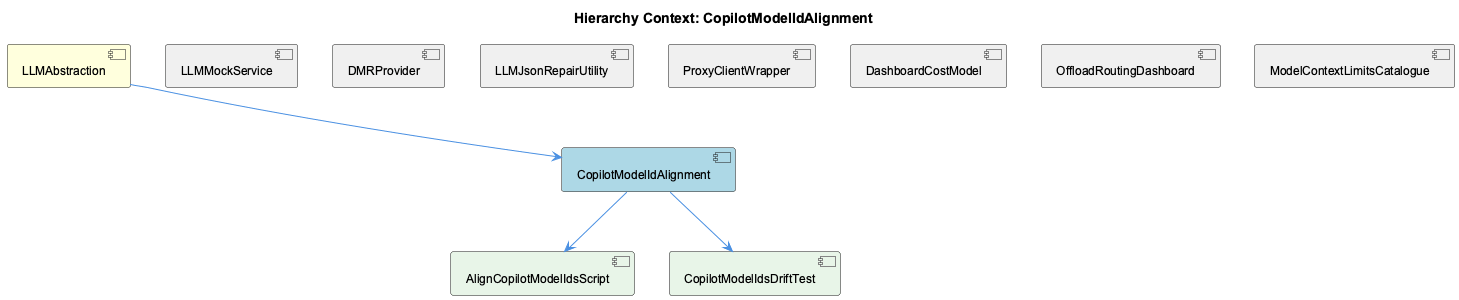
Earlier version of the PlantUML export knowledge-management/insights/images/copilot-model-id-alignment-relationship.png (fwornle/coding). Source of this version:
```plantuml
@startuml
!include _standard-style.puml

title Hierarchy Context: CopilotModelIdAlignment

[LLMAbstraction] as llmabstraction #FFFFDD
[CopilotModelIdAlignment] as copilot_model_id_alignment #LightBlue
[LLMMockService] as llmmock_service #F0F0F0
[DMRProvider] as dmrprovider #F0F0F0
[LLMJsonRepairUtility] as llmjson_repair_utility #F0F0F0
[ProxyClientWrapper] as proxy_client_wrapper #F0F0F0
[DashboardCostModel] as dashboard_cost_model #F0F0F0
[OffloadRoutingDashboard] as offload_routing_dashboard #F0F0F0
[ModelContextLimitsCatalogue] as model_context_limits_catalogue #F0F0F0
[AlignCopilotModelIdsScript] as align_copilot_model_ids_script #E8F5E8
[CopilotModelIdsDriftTest] as copilot_model_ids_drift_test #E8F5E8

llmabstraction --> copilot_model_id_alignment
llmmock_service -[hidden]- copilot_model_id_alignment
dmrprovider -[hidden]- copilot_model_id_alignment
llmjson_repair_utility -[hidden]- copilot_model_id_alignment
proxy_client_wrapper -[hidden]- copilot_model_id_alignment
dashboard_cost_model -[hidden]- copilot_model_id_alignment
offload_routing_dashboard -[hidden]- copilot_model_id_alignment
model_context_limits_catalogue -[hidden]- copilot_model_id_alignment
copilot_model_id_alignment --> align_copilot_model_ids_script
copilot_model_id_alignment --> copilot_model_ids_drift_test

@enduml
```
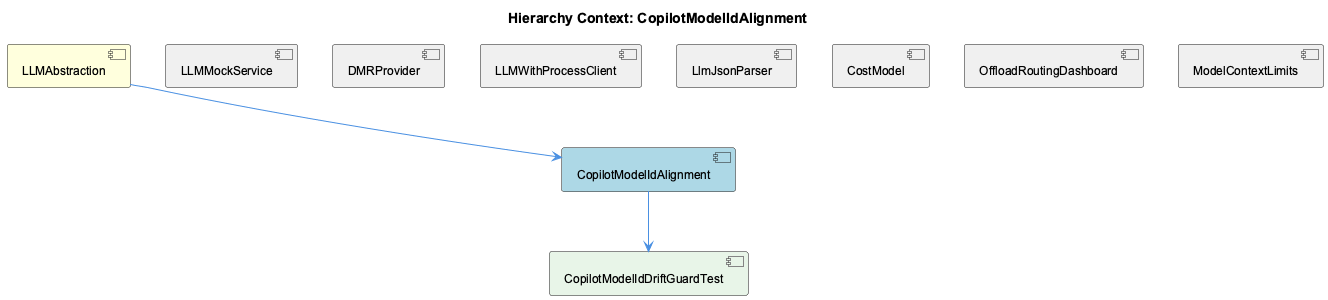
The same file after the commit.

What changed in the source:
```diff
@@ -7,23 +7,21 @@
 [CopilotModelIdAlignment] as copilot_model_id_alignment #LightBlue
 [LLMMockService] as llmmock_service #F0F0F0
 [DMRProvider] as dmrprovider #F0F0F0
-[LLMJsonRepairUtility] as llmjson_repair_utility #F0F0F0
-[ProxyClientWrapper] as proxy_client_wrapper #F0F0F0
-[DashboardCostModel] as dashboard_cost_model #F0F0F0
+[LLMWithProcessClient] as llmwith_process_client #F0F0F0
+[LlmJsonParser] as llm_json_parser #F0F0F0
+[CostModel] as cost_model #F0F0F0
 [OffloadRoutingDashboard] as offload_routing_dashboard #F0F0F0
-[ModelContextLimitsCatalogue] as model_context_limits_catalogue #F0F0F0
-[AlignCopilotModelIdsScript] as align_copilot_model_ids_script #E8F5E8
-[CopilotModelIdsDriftTest] as copilot_model_ids_drift_test #E8F5E8
+[ModelContextLimits] as model_context_limits #F0F0F0
+[CopilotModelIdDriftGuardTest] as copilot_model_id_drift_guard_test #E8F5E8
 
 llmabstraction --> copilot_model_id_alignment
 llmmock_service -[hidden]- copilot_model_id_alignment
 dmrprovider -[hidden]- copilot_model_id_alignment
-llmjson_repair_utility -[hidden]- copilot_model_id_alignment
-proxy_client_wrapper -[hidden]- copilot_model_id_alignment
-dashboard_cost_model -[hidden]- copilot_model_id_alignment
+llmwith_process_client -[hidden]- copilot_model_id_alignment
+llm_json_parser -[hidden]- copilot_model_id_alignment
+cost_model -[hidden]- copilot_model_id_alignment
 offload_routing_dashboard -[hidden]- copilot_model_id_alignment
-model_context_limits_catalogue -[hidden]- copilot_model_id_alignment
-copilot_model_id_alignment --> align_copilot_model_ids_script
-copilot_model_id_alignment --> copilot_model_ids_drift_test
+model_context_limits -[hidden]- copilot_model_id_alignment
+copilot_model_id_alignment --> copilot_model_id_drift_guard_test
 
 @enduml
```
